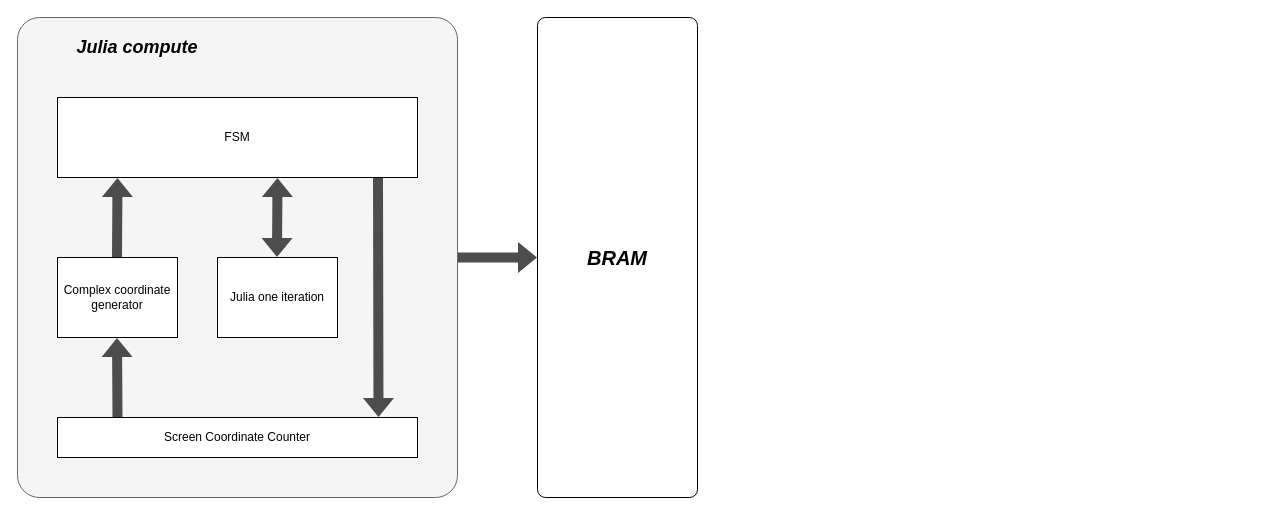
Before: assets/diagram.drawio in Djokzer/kandiah_abivarman_lpsc_julia, a draw.io diagram. Source tidied: cells renumbered, new cells numbered last; positions are measured from the earlier drawing's top-left corner, leaving out a move shared by most shapes. Both pictures are drawn from the tidied source at 100%, with x=0, y=0 at pixel (17, 17).
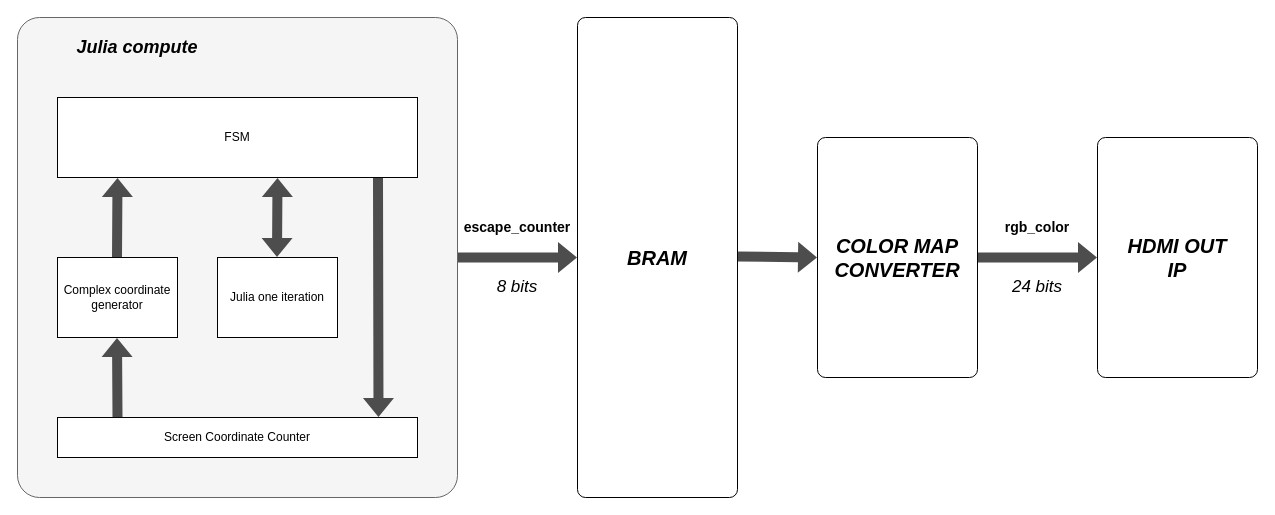
The same diagram, later.

What changed in the source:
```diff
@@
     <mxCell id="12" value="BRAM" style="rounded=1;whiteSpace=wrap;html=1;arcSize=5;fontSize=20;fontStyle=3;" parent="1" vertex="1">
-      <mxGeometry x="520" width="160" height="480" as="geometry" />
+      <mxGeometry x="560" width="160" height="480" as="geometry" />
     </mxCell>
@@
+    <mxCell id="14" value="COLOR MAP&lt;br&gt;CONVERTER" style="rounded=1;whiteSpace=wrap;html=1;arcSize=5;fontSize=20;fontStyle=3;" parent="1" vertex="1">
+      <mxGeometry x="800" y="120" width="160" height="240" as="geometry" />
+    </mxCell>
+    <mxCell id="15" value="8 bits" style="rounded=0;whiteSpace=wrap;html=1;fillColor=none;strokeColor=none;fontSize=17;fontStyle=2;" parent="1" vertex="1">
+      <mxGeometry x="440" y="240" width="120" height="60" as="geometry" />
+    </mxCell>
+    <mxCell id="16" value="escape_counter" style="rounded=0;whiteSpace=wrap;html=1;fillColor=none;strokeColor=none;fontSize=14;fontStyle=1;" parent="1" vertex="1">
+      <mxGeometry x="440" y="180" width="120" height="60" as="geometry" />
+    </mxCell>
+    <mxCell id="17" value="&lt;div&gt;HDMI OUT&lt;/div&gt;&lt;div&gt;IP&lt;br&gt;&lt;/div&gt;" style="rounded=1;whiteSpace=wrap;html=1;arcSize=5;fontSize=20;fontStyle=3;" parent="1" vertex="1">
+      <mxGeometry x="1080" y="120" width="160" height="240" as="geometry" />
+    </mxCell>
+    <mxCell id="18" style="shape=flexArrow;endArrow=none;html=1;fillColor=#4D4D4D;strokeColor=none;startArrow=block;endFill=0;entryX=1;entryY=0.5;entryDx=0;entryDy=0;exitX=0;exitY=0.5;exitDx=0;exitDy=0;" parent="1" edge="1">
+      <mxGeometry relative="1" as="geometry">
+        <mxPoint x="1080" y="240" as="sourcePoint" />
+        <mxPoint x="960" y="240" as="targetPoint" />
+      </mxGeometry>
+    </mxCell>
+    <mxCell id="19" style="shape=flexArrow;endArrow=none;html=1;fillColor=#4D4D4D;strokeColor=none;startArrow=block;endFill=0;entryX=1;entryY=0.5;entryDx=0;entryDy=0;" parent="1" edge="1">
+      <mxGeometry relative="1" as="geometry">
+        <mxPoint x="800" y="240" as="sourcePoint" />
+        <mxPoint x="720" y="239" as="targetPoint" />
+      </mxGeometry>
+    </mxCell>
+    <mxCell id="20" value="24 bits" style="rounded=0;whiteSpace=wrap;html=1;fillColor=none;strokeColor=none;fontSize=17;fontStyle=2;" parent="1" vertex="1">
+      <mxGeometry x="960" y="240" width="120" height="60" as="geometry" />
+    </mxCell>
+    <mxCell id="21" value="rgb_color" style="rounded=0;whiteSpace=wrap;html=1;fillColor=none;strokeColor=none;fontSize=14;fontStyle=1;" parent="1" vertex="1">
+      <mxGeometry x="960" y="180" width="120" height="60" as="geometry" />
+    </mxCell>
```
